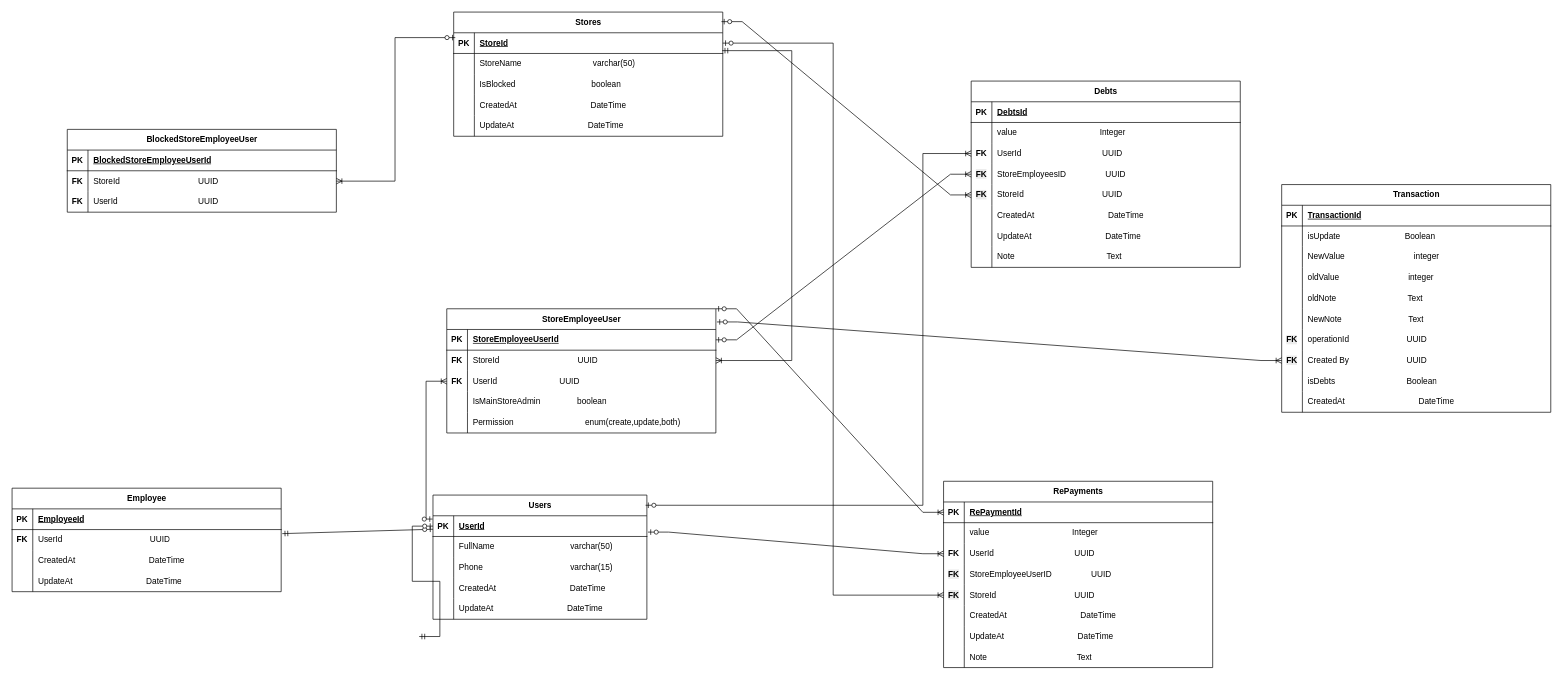
The draw.io diagram erd.drawio in Abdullah2100/debt-managment, before the edit. Source tidied: cells renumbered, new cells numbered last; positions are measured from the earlier drawing's top-left corner, leaving out a move shared by most shapes. Both pictures are drawn from the tidied source at 69%, with x=0, y=0 at pixel (12, 12).
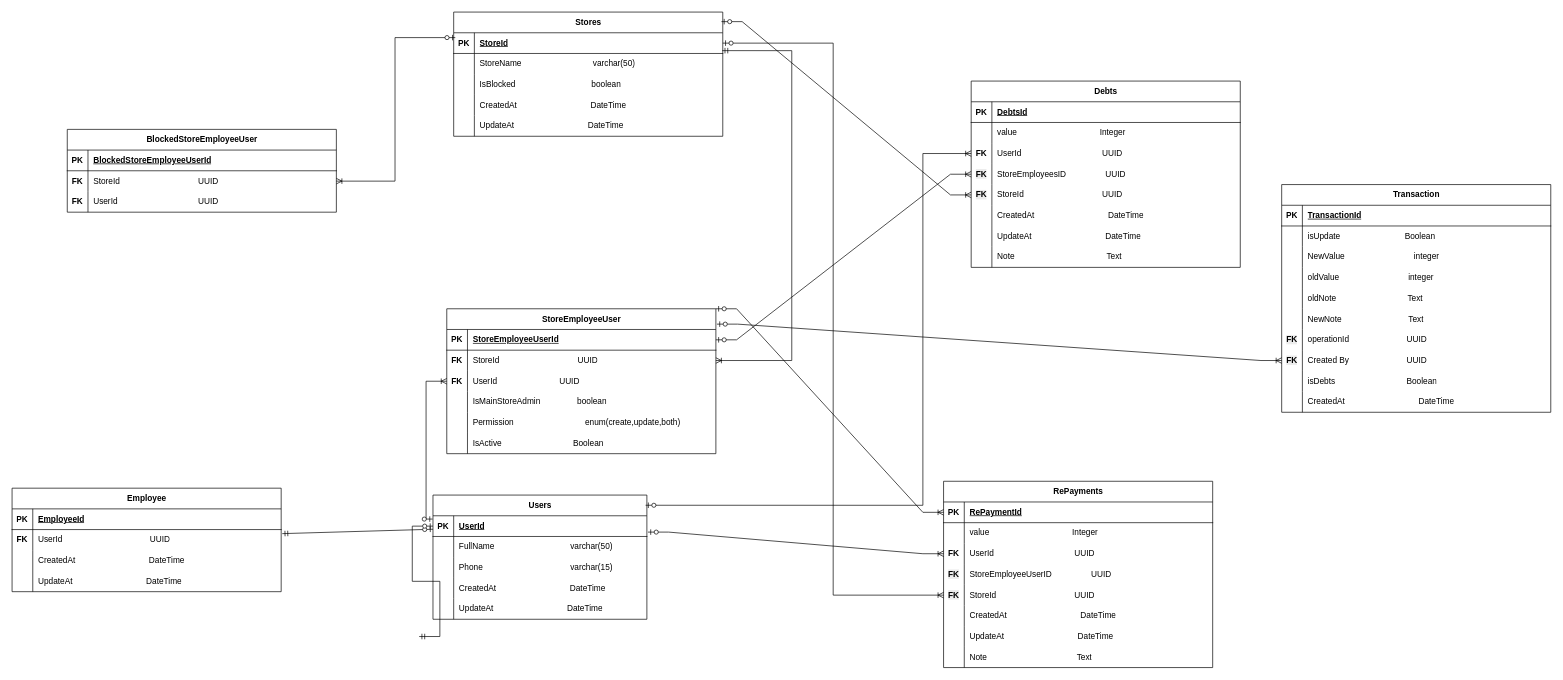
After the change.

What changed in the source:
```diff
@@
     <mxCell id="31" value="StoreEmployeeUser" style="shape=table;startSize=30;childLayout=tableLayout;rowLines=0;fontStyle=1;align=center;html=1;" parent="1" vertex="1">
-      <mxGeometry x="630" y="430" width="390" height="180" as="geometry" />
+      <mxGeometry x="630" y="430" width="390" height="210" as="geometry" />
     </mxCell>
@@
+    <mxCell id="166" style="shape=tableRow;horizontal=0;startSize=0;swimlaneHead=0;swimlaneBody=0;fillColor=none;top=0;left=0;right=0;bottom=0;" parent="31" vertex="1">
+      <mxGeometry y="180" width="390" height="30" as="geometry" />
+    </mxCell>
+    <mxCell id="167" style="shape=partialRectangle;fillColor=none;top=0;left=0;bottom=0;right=0;overflow=hidden;whiteSpace=wrap;html=1;" parent="166" vertex="1">
+      <mxGeometry width="30" height="30" as="geometry" />
+    </mxCell>
+    <mxCell id="168" value="IsActive&amp;nbsp; &amp;nbsp; &amp;nbsp; &amp;nbsp; &amp;nbsp; &amp;nbsp; &amp;nbsp; &amp;nbsp; &amp;nbsp; &amp;nbsp; &amp;nbsp; &amp;nbsp; &amp;nbsp; &amp;nbsp; &amp;nbsp; &amp;nbsp;Boolean" style="shape=partialRectangle;fillColor=none;top=0;left=0;bottom=0;right=0;align=left;spacingLeft=6;overflow=hidden;whiteSpace=wrap;html=1;" parent="166" vertex="1">
+      <mxGeometry x="30" width="360" height="30" as="geometry" />
+    </mxCell>
```
